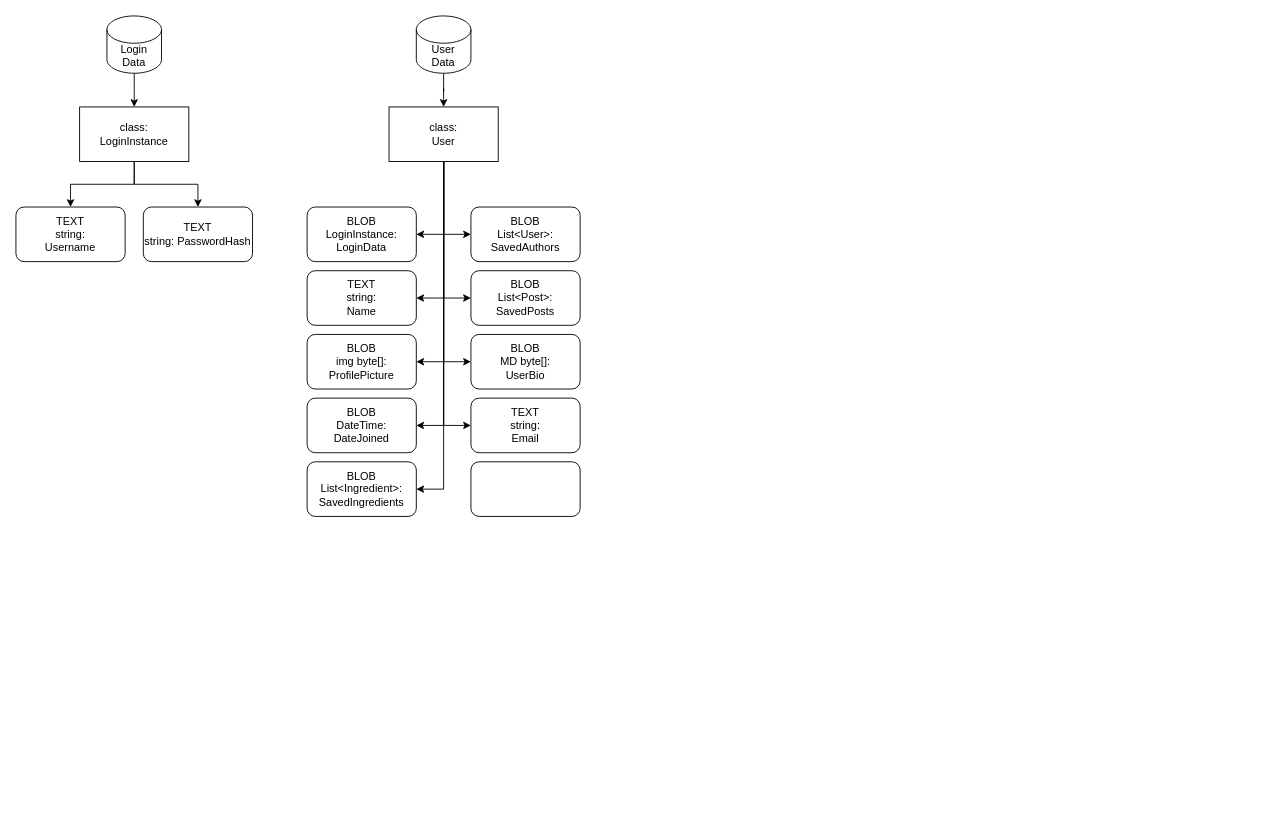
Above: Flowcharts/Databases.drawio in bnewmandev/SQLite-Integration (draw.io), before the change. Source tidied: cells renumbered, new cells numbered last; positions are measured from the earlier drawing's top-left corner, leaving out a move shared by most shapes. Both pictures are drawn from the tidied source at 91%, with x=0, y=0 at pixel (15, 15).
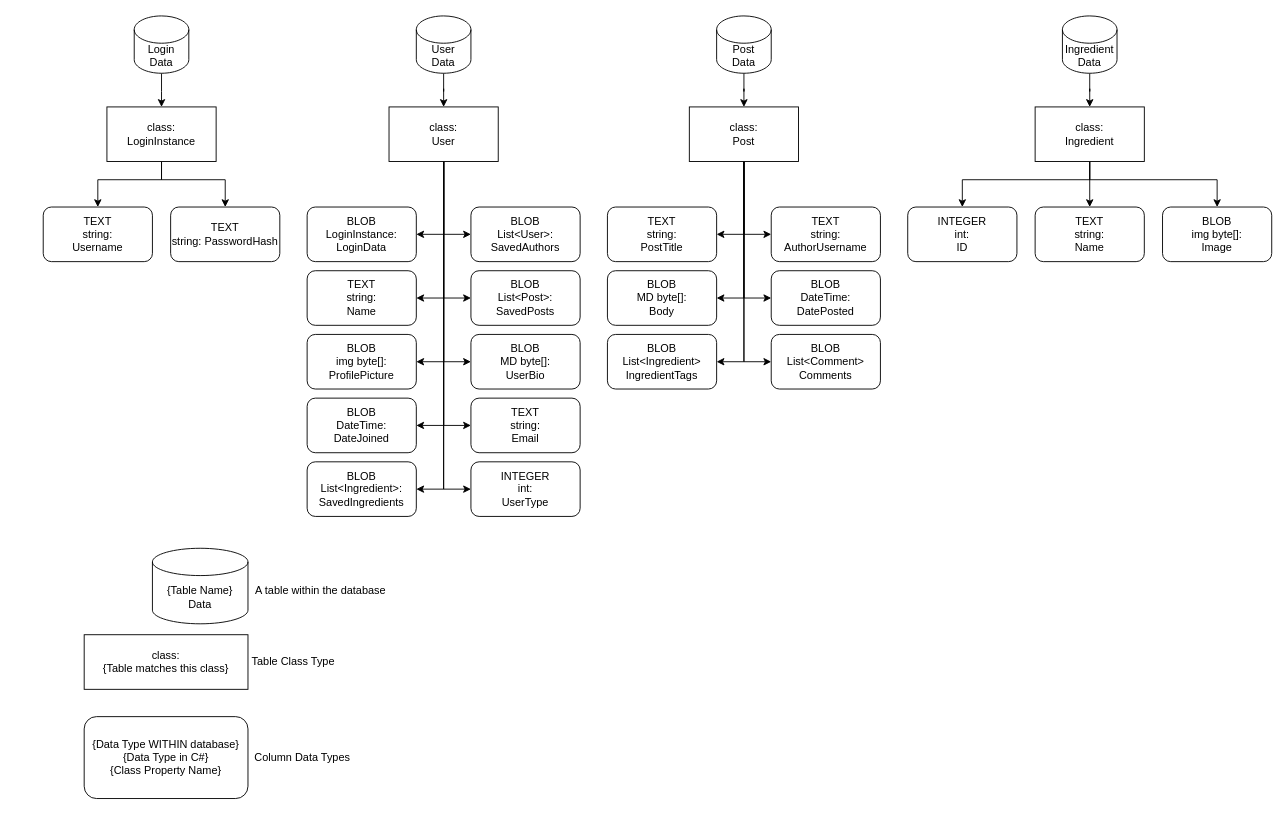
Above is the later version.

The change refers to these unchanged cells:
```xml
<mxCell id="20" value="&lt;div&gt;class:&lt;/div&gt;&lt;div&gt;User&lt;br&gt;&lt;/div&gt;" style="rounded=0;whiteSpace=wrap;html=1;" parent="1" vertex="1">
  <mxGeometry x="410" y="100" width="120" height="60" as="geometry" />
</mxCell>
```

What changed in the source:
```diff
@@
     <mxCell id="2" style="edgeStyle=orthogonalEdgeStyle;rounded=0;jettySize=auto;html=1;" parent="1" edge="1" source="3">
       <mxGeometry relative="1" as="geometry">
-        <mxPoint x="130" y="100" as="targetPoint" />
+        <mxPoint x="160" y="100" as="targetPoint" />
       </mxGeometry>
     </mxCell>
     <mxCell id="3" value="Login Data" style="shape=cylinder3;whiteSpace=wrap;html=1;boundedLbl=1;backgroundOutline=1;size=15;" parent="1" vertex="1">
-      <mxGeometry x="100" width="60" height="63" as="geometry" />
+      <mxGeometry x="130" width="60" height="63" as="geometry" />
     </mxCell>
     <mxCell id="4" style="edgeStyle=orthogonalEdgeStyle;rounded=0;jettySize=auto;html=1;" parent="1" edge="1" source="6" target="7">
-      <mxGeometry relative="1" as="geometry" />
+      <mxGeometry relative="1" as="geometry">
+        <Array as="points">
+          <mxPoint x="160" y="180" />
+          <mxPoint x="90" y="180" />
+        </Array>
+      </mxGeometry>
     </mxCell>
     <mxCell id="5" style="edgeStyle=orthogonalEdgeStyle;rounded=0;jettySize=auto;html=1;" parent="1" edge="1" source="6" target="8">
-      <mxGeometry relative="1" as="geometry" />
+      <mxGeometry relative="1" as="geometry">
+        <Array as="points">
+          <mxPoint x="160" y="180" />
+          <mxPoint x="230" y="180" />
+        </Array>
+      </mxGeometry>
     </mxCell>
     <mxCell id="6" value="&lt;div&gt;class:&lt;/div&gt;&lt;div&gt;LoginInstance&lt;/div&gt;" style="rounded=0;whiteSpace=wrap;html=1;" parent="1" vertex="1">
-      <mxGeometry x="70" y="100" width="120" height="60" as="geometry" />
+      <mxGeometry x="100" y="100" width="120" height="60" as="geometry" />
     </mxCell>
     <mxCell id="7" value="&lt;div&gt;TEXT&lt;br&gt;&lt;/div&gt;&lt;div&gt;string:&lt;/div&gt;&lt;div&gt;Username&lt;/div&gt;" style="rounded=1;whiteSpace=wrap;html=1;" parent="1" vertex="1">
-      <mxGeometry y="210" width="120" height="60" as="geometry" />
+      <mxGeometry x="30" y="210" width="120" height="60" as="geometry" />
     </mxCell>
     <mxCell id="8" value="&lt;div&gt;TEXT&lt;br&gt;&lt;/div&gt;&lt;div&gt;string: PasswordHash&lt;/div&gt;" style="rounded=1;whiteSpace=wrap;html=1;" parent="1" vertex="1">
-      <mxGeometry x="140" y="210" width="120" height="60" as="geometry" />
+      <mxGeometry x="170" y="210" width="120" height="60" as="geometry" />
     </mxCell>
@@
+    <mxCell id="31" style="edgeStyle=orthogonalEdgeStyle;rounded=0;jettySize=auto;html=1;entryX=0;entryY=0.5;entryDx=0;entryDy=0;" parent="1" edge="1" source="20" target="30">
+      <mxGeometry relative="1" as="geometry" />
+    </mxCell>
@@
-    <mxCell id="30" style="rounded=1;whiteSpace=wrap;html=1;" parent="1" vertex="1">
+    <mxCell id="30" value="&lt;div&gt;INTEGER&lt;/div&gt;&lt;div&gt;int:&lt;/div&gt;&lt;div&gt;UserType&lt;br&gt;&lt;/div&gt;" style="rounded=1;whiteSpace=wrap;html=1;" parent="1" vertex="1">
       <mxGeometry x="500" y="490" width="120" height="60" as="geometry" />
     </mxCell>
+    <mxCell id="32" style="edgeStyle=orthogonalEdgeStyle;rounded=0;jettySize=auto;html=1;" parent="1" edge="1" source="33" target="40">
+      <mxGeometry relative="1" as="geometry" />
+    </mxCell>
+    <mxCell id="33" value="&lt;div&gt;Post&lt;/div&gt;&lt;div&gt;Data&lt;br&gt;&lt;/div&gt;" style="shape=cylinder3;whiteSpace=wrap;html=1;boundedLbl=1;backgroundOutline=1;size=15;" parent="1" vertex="1">
+      <mxGeometry x="770" width="60" height="63" as="geometry" />
+    </mxCell>
+    <mxCell id="34" style="edgeStyle=orthogonalEdgeStyle;rounded=0;jettySize=auto;html=1;entryX=1;entryY=0.5;entryDx=0;entryDy=0;" parent="1" edge="1" source="40" target="42">
+      <mxGeometry relative="1" as="geometry" />
+    </mxCell>
+    <mxCell id="35" style="edgeStyle=orthogonalEdgeStyle;rounded=0;jettySize=auto;html=1;entryX=0;entryY=0.5;entryDx=0;entryDy=0;" parent="1" edge="1" source="40" target="41">
+      <mxGeometry relative="1" as="geometry" />
+    </mxCell>
+    <mxCell id="36" style="edgeStyle=orthogonalEdgeStyle;rounded=0;jettySize=auto;html=1;entryX=1;entryY=0.5;entryDx=0;entryDy=0;" parent="1" edge="1" source="40" target="43">
+      <mxGeometry relative="1" as="geometry" />
+    </mxCell>
+    <mxCell id="37" style="edgeStyle=orthogonalEdgeStyle;rounded=0;jettySize=auto;html=1;entryX=0;entryY=0.5;entryDx=0;entryDy=0;" parent="1" edge="1" source="40" target="44">
+      <mxGeometry relative="1" as="geometry" />
+    </mxCell>
+    <mxCell id="38" style="edgeStyle=orthogonalEdgeStyle;rounded=0;jettySize=auto;html=1;entryX=1;entryY=0.5;entryDx=0;entryDy=0;" parent="1" edge="1" source="40" target="45">
+      <mxGeometry relative="1" as="geometry" />
+    </mxCell>
+    <mxCell id="39" style="edgeStyle=orthogonalEdgeStyle;rounded=0;jettySize=auto;html=1;entryX=0;entryY=0.5;entryDx=0;entryDy=0;" parent="1" edge="1" source="40" target="46">
+      <mxGeometry relative="1" as="geometry" />
+    </mxCell>
+    <mxCell id="40" value="&lt;div&gt;class:&lt;/div&gt;&lt;div&gt;Post&lt;br&gt;&lt;/div&gt;" style="rounded=0;whiteSpace=wrap;html=1;" parent="1" vertex="1">
+      <mxGeometry x="740" y="100" width="120" height="60" as="geometry" />
+    </mxCell>
+    <mxCell id="41" value="&lt;div&gt;TEXT&lt;/div&gt;&lt;div&gt;string:&lt;/div&gt;&lt;div&gt;AuthorUsername&lt;br&gt;&lt;/div&gt;" style="rounded=1;whiteSpace=wrap;html=1;" parent="1" vertex="1">
+      <mxGeometry x="830" y="210" width="120" height="60" as="geometry" />
+    </mxCell>
+    <mxCell id="42" value="&lt;div&gt;TEXT&lt;/div&gt;&lt;div&gt;string:&lt;/div&gt;&lt;div&gt;PostTitle&lt;br&gt;&lt;/div&gt;" style="rounded=1;whiteSpace=wrap;html=1;" parent="1" vertex="1">
+      <mxGeometry x="650" y="210" width="120" height="60" as="geometry" />
+    </mxCell>
+    <mxCell id="43" value="&lt;div&gt;BLOB&lt;/div&gt;&lt;div&gt;MD byte[]:&lt;/div&gt;&lt;div&gt;Body&lt;br&gt;&lt;/div&gt;" style="rounded=1;whiteSpace=wrap;html=1;" parent="1" vertex="1">
+      <mxGeometry x="650" y="280" width="120" height="60" as="geometry" />
+    </mxCell>
+    <mxCell id="44" value="&lt;div&gt;BLOB&lt;/div&gt;&lt;div&gt;DateTime:&lt;/div&gt;&lt;div&gt;DatePosted&lt;br&gt;&lt;/div&gt;" style="rounded=1;whiteSpace=wrap;html=1;" parent="1" vertex="1">
+      <mxGeometry x="830" y="280" width="120" height="60" as="geometry" />
+    </mxCell>
+    <mxCell id="45" value="&lt;div&gt;BLOB&lt;/div&gt;&lt;div&gt;List&amp;lt;Ingredient&amp;gt;&lt;/div&gt;&lt;div&gt;IngredientTags&lt;br&gt;&lt;/div&gt;" style="rounded=1;whiteSpace=wrap;html=1;" parent="1" vertex="1">
+      <mxGeometry x="650" y="350" width="120" height="60" as="geometry" />
+    </mxCell>
+    <mxCell id="46" value="&lt;div&gt;BLOB&lt;/div&gt;&lt;div&gt;List&amp;lt;Comment&amp;gt;&lt;/div&gt;&lt;div&gt;Comments&lt;br&gt;&lt;/div&gt;" style="rounded=1;whiteSpace=wrap;html=1;" parent="1" vertex="1">
+      <mxGeometry x="830" y="350" width="120" height="60" as="geometry" />
+    </mxCell>
+    <mxCell id="47" style="edgeStyle=orthogonalEdgeStyle;rounded=0;jettySize=auto;html=1;" parent="1" edge="1" source="48" target="52">
+      <mxGeometry relative="1" as="geometry" />
+    </mxCell>
+    <mxCell id="48" value="Ingredient Data" style="shape=cylinder3;whiteSpace=wrap;html=1;boundedLbl=1;backgroundOutline=1;size=15;" parent="1" vertex="1">
+      <mxGeometry x="1150" width="60" height="63" as="geometry" />
+    </mxCell>
+    <mxCell id="49" style="edgeStyle=orthogonalEdgeStyle;rounded=0;jettySize=auto;html=1;" parent="1" edge="1" source="52" target="53">
+      <mxGeometry relative="1" as="geometry">
+        <Array as="points">
+          <mxPoint x="1180" y="180" />
+          <mxPoint x="1040" y="180" />
+        </Array>
+      </mxGeometry>
+    </mxCell>
+    <mxCell id="50" style="edgeStyle=orthogonalEdgeStyle;rounded=0;jettySize=auto;html=1;" parent="1" edge="1" source="52" target="54">
+      <mxGeometry relative="1" as="geometry" />
+    </mxCell>
+    <mxCell id="51" style="edgeStyle=orthogonalEdgeStyle;rounded=0;jettySize=auto;html=1;" parent="1" edge="1" source="52" target="55">
+      <mxGeometry relative="1" as="geometry">
+        <Array as="points">
+          <mxPoint x="1180" y="180" />
+          <mxPoint x="1320" y="180" />
+        </Array>
+      </mxGeometry>
+    </mxCell>
+    <mxCell id="52" value="&lt;div&gt;class:&lt;/div&gt;&lt;div&gt;Ingredient&lt;br&gt;&lt;/div&gt;" style="rounded=0;whiteSpace=wrap;html=1;" parent="1" vertex="1">
+      <mxGeometry x="1120" y="100" width="120" height="60" as="geometry" />
+    </mxCell>
+    <mxCell id="53" value="&lt;div&gt;INTEGER&lt;/div&gt;&lt;div&gt;int:&lt;/div&gt;&lt;div&gt;ID&lt;br&gt;&lt;/div&gt;" style="rounded=1;whiteSpace=wrap;html=1;" parent="1" vertex="1">
+      <mxGeometry x="980" y="210" width="120" height="60" as="geometry" />
+    </mxCell>
+    <mxCell id="54" value="&lt;div&gt;TEXT&lt;/div&gt;&lt;div&gt;string:&lt;/div&gt;&lt;div&gt;Name&lt;br&gt;&lt;/div&gt;" style="rounded=1;whiteSpace=wrap;html=1;" parent="1" vertex="1">
+      <mxGeometry x="1120" y="210" width="120" height="60" as="geometry" />
+    </mxCell>
+    <mxCell id="55" value="&lt;div&gt;BLOB&lt;/div&gt;&lt;div&gt;img byte[]:&lt;/div&gt;&lt;div&gt;Image&lt;br&gt;&lt;/div&gt;" style="rounded=1;whiteSpace=wrap;html=1;" parent="1" vertex="1">
+      <mxGeometry x="1260" y="210" width="120" height="60" as="geometry" />
+    </mxCell>
+    <mxCell id="56" value="&lt;div&gt;{Table Name}&lt;/div&gt;&lt;div&gt;Data&lt;br&gt;&lt;/div&gt;" style="shape=cylinder3;whiteSpace=wrap;html=1;boundedLbl=1;backgroundOutline=1;size=15;" parent="1" vertex="1">
+      <mxGeometry x="150" y="585" width="105" height="83" as="geometry" />
+    </mxCell>
+    <mxCell id="57" value="A table within the database" style="text;html=1;strokeColor=none;fillColor=none;align=center;verticalAlign=middle;whiteSpace=wrap;rounded=0;" parent="1" vertex="1">
+      <mxGeometry x="260" y="621.5" width="150" height="20" as="geometry" />
+    </mxCell>
+    <mxCell id="58" value="&lt;div&gt;class:&lt;/div&gt;&lt;div&gt;{Table matches this class}&lt;br&gt;&lt;/div&gt;" style="rounded=0;whiteSpace=wrap;html=1;" parent="1" vertex="1">
+      <mxGeometry x="75" y="680" width="180" height="60" as="geometry" />
+    </mxCell>
+    <mxCell id="59" value="Table Class Type" style="text;html=1;strokeColor=none;fillColor=none;align=center;verticalAlign=middle;whiteSpace=wrap;rounded=0;" parent="1" vertex="1">
+      <mxGeometry x="230" y="700" width="150" height="20" as="geometry" />
+    </mxCell>
+    <mxCell id="60" value="&lt;div&gt;{Data Type WITHIN database}&lt;/div&gt;&lt;div&gt;{Data Type in C#}&lt;/div&gt;&lt;div&gt;{Class Property Name}&lt;br&gt;&lt;/div&gt;" style="rounded=1;whiteSpace=wrap;html=1;" parent="1" vertex="1">
+      <mxGeometry x="75" y="770" width="180" height="90" as="geometry" />
+    </mxCell>
+    <mxCell id="61" value="Column Data Types" style="text;html=1;strokeColor=none;fillColor=none;align=center;verticalAlign=middle;whiteSpace=wrap;rounded=0;" parent="1" vertex="1">
+      <mxGeometry x="240" y="805" width="150" height="20" as="geometry" />
+    </mxCell>
```
